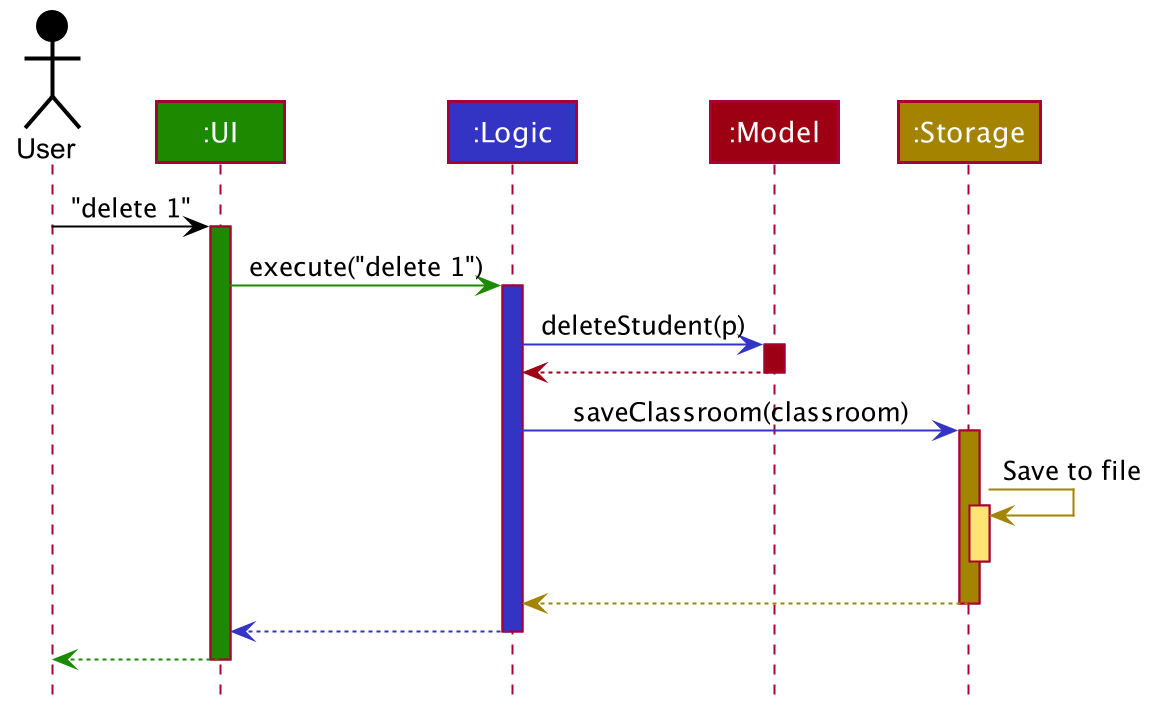
The PlantUML diagram images/ArchitectureSequenceDiagram.png in AY1920S1-CS2103-T14-1/main, before a commit. Its diagram source:
```plantuml
@startuml








skinparam BackgroundColor #FFFFFFF

skinparam Shadowing false

skinparam Class {
    FontColor #FFFFFF
    BorderThickness 1
    BorderColor #FFFFFF
    StereotypeFontColor #FFFFFF
    FontName Arial
}

skinparam Actor {
    BorderColor #000000
    Color #000000
    FontName Arial
}

skinparam Sequence {
    MessageAlign center
    BoxFontSize 15
    BoxPadding 0
    BoxFontColor #FFFFFF
    FontName Arial
}

skinparam Participant {
    FontColor #FFFFFFF
    Padding 20
}

skinparam MinClassWidth 50
skinparam ParticipantPadding 10
skinparam Shadowing false
skinparam DefaultTextAlignment center
skinparam packageStyle Rectangle

hide footbox
hide members
hide circle

Actor User as user #000000
Participant ":UI" as ui #1D8900
Participant ":Logic" as logic #3333C4
Participant ":Model" as model #9D0012
Participant ":Storage" as storage #A38300

user -[#000000]> ui : "delete 1"
activate ui #1D8900

ui -[#1D8900]> logic : execute("delete 1")
activate logic #3333C4

logic -[#3333C4]> model : deleteStudent(p)
activate model #9D0012

model -[#9D0012]-> logic
deactivate model

logic -[#3333C4]> storage : saveClassroom(classroom)
activate storage #A38300

storage -[#A38300]> storage : Save to file
activate storage #FFE374
deactivate storage

storage --[#A38300]> logic
deactivate storage

logic --[#3333C4]> ui
deactivate logic

ui--[#1D8900]> user
deactivate ui
@enduml
```
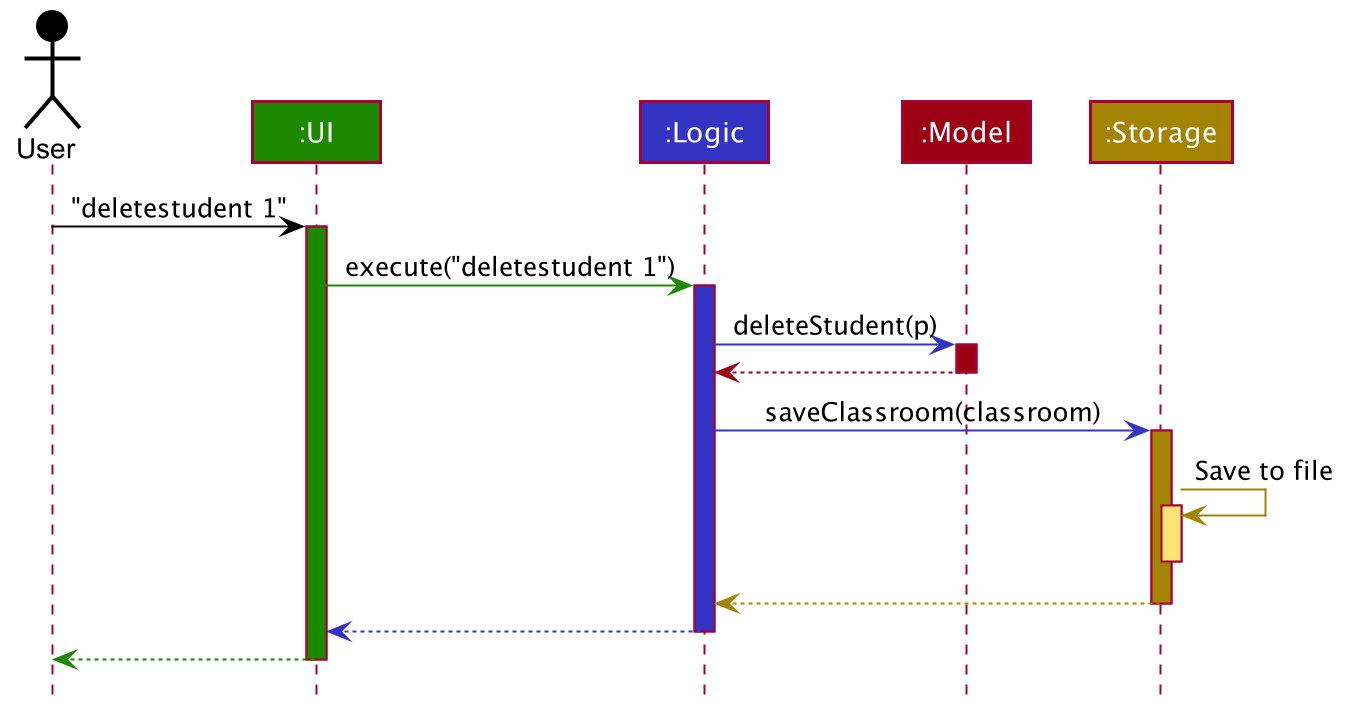
After the commit.

Change to the diagram source:
```diff
@@ -54,10 +54,10 @@
 Participant ":Model" as model #9D0012
 Participant ":Storage" as storage #A38300
 
-user -[#000000]> ui : "delete 1"
+user -[#000000]> ui : "deletestudent 1"
 activate ui #1D8900
 
-ui -[#1D8900]> logic : execute("delete 1")
+ui -[#1D8900]> logic : execute("deletestudent 1")
 activate logic #3333C4
 
 logic -[#3333C4]> model : deleteStudent(p)
```
